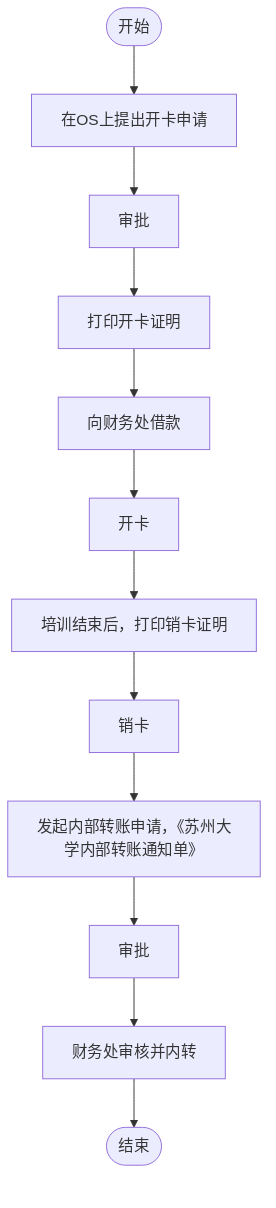
Above: outline2flow/flow_outputs/page_25.png in AmyIvan/work1 (Mermaid), before the change. Its source is kept beside it as outline2flow/mmd_outputs/page_25.mmd. Source of this version:
```mermaid
flowchart TD
    Start(["开始"]) --> A[在OS上提出开卡申请]
    A --> B[审批]
    B --> C[打印开卡证明]
    C --> D[向财务处借款]
    D --> E[开卡]
    E --> F[培训结束后，打印销卡证明]
    F --> G[销卡]
    G --> H[发起内部转账申请，《苏州大学内部转账通知单》]
    H --> I[审批]
    I --> J[财务处审核并内转]
    J --> End(["结束"])
```
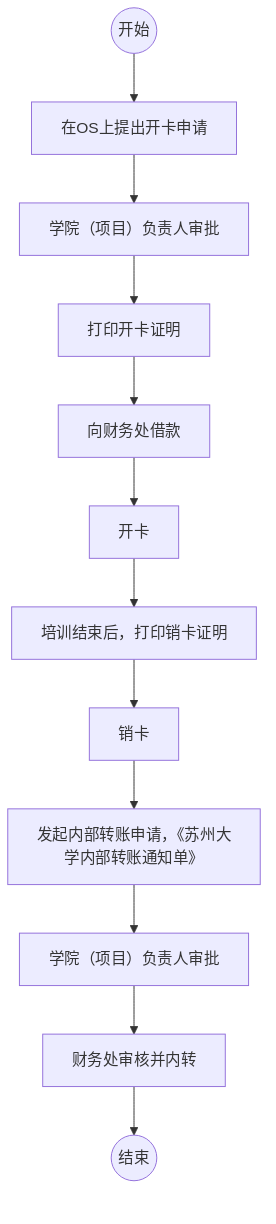
Above is the later version.

What changed in the source:
```diff
@@ -1,12 +1,12 @@
 flowchart TD
-    Start(["开始"]) --> A[在OS上提出开卡申请]
-    A --> B[审批]
+    Start((开始)) --> A[在OS上提出开卡申请]
+    A --> B[学院（项目）负责人审批]
     B --> C[打印开卡证明]
     C --> D[向财务处借款]
     D --> E[开卡]
     E --> F[培训结束后，打印销卡证明]
     F --> G[销卡]
     G --> H[发起内部转账申请，《苏州大学内部转账通知单》]
-    H --> I[审批]
+    H --> I[学院（项目）负责人审批]
     I --> J[财务处审核并内转]
-    J --> End(["结束"])
+    J --> End((结束))
```
